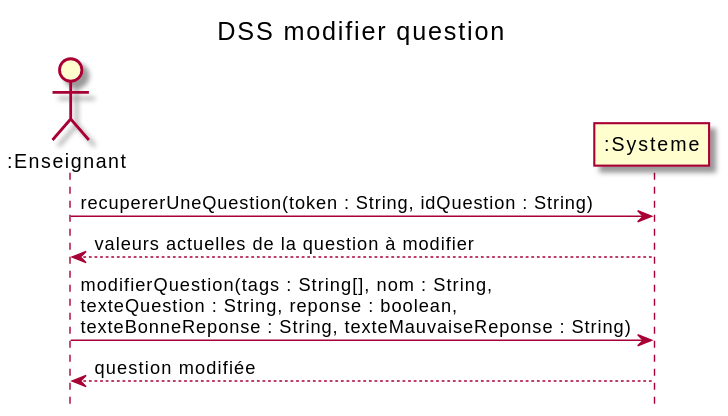
Above: out/docs/Modifier question/DSS_Modifier_Question/DSS_Modifier_Question.svg in nerdz88/SGA-TS (PlantUML), before the change.
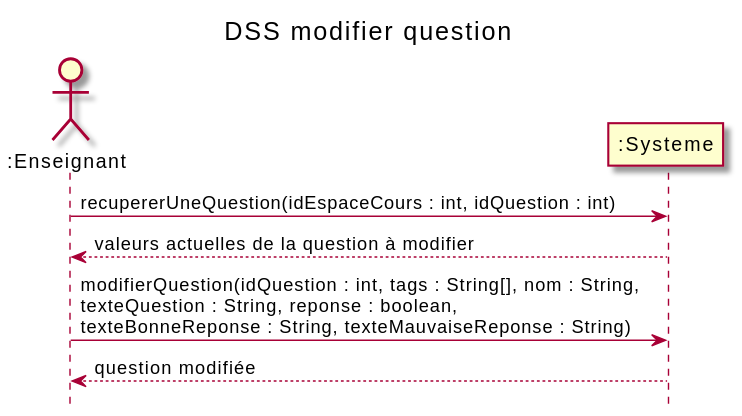
The same diagram one commit later.

The edit, as a diff of the source:
```diff
@@ -4,8 +4,8 @@
 actor ":Enseignant" as prof
 participant ":Systeme" as sys
 
-prof -> sys : recupererUneQuestion(token : String, idQuestion : String)
+prof -> sys : recupererUneQuestion(idEspaceCours : int, idQuestion : int)
 sys --> prof : valeurs actuelles de la question à modifier
-prof -> sys : modifierQuestion(tags : String[], nom : String, \ntexteQuestion : String, reponse : boolean,\ntexteBonneReponse : String, texteMauvaiseReponse : String)
+prof -> sys : modifierQuestion(idQuestion : int, tags : String[], nom : String, \ntexteQuestion : String, reponse : boolean,\ntexteBonneReponse : String, texteMauvaiseReponse : String)
 sys --> prof : question modifiée
 @enduml
```
